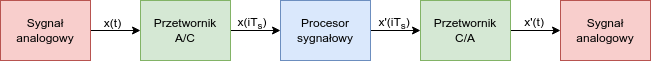
Earlier version of the draw.io export docs/polsl/thesis/graf/intro/processing.png (kopiecki/anc). Source tidied: cells renumbered, new cells last; positions are measured from the earlier drawing's top-left corner, leaving out a move shared by most shapes. The source it was exported from:
```xml
<mxGraphModel>
  <root>
    <mxCell id="0" />
    <mxCell id="1" parent="0" />
    <mxCell id="2" style="edgeStyle=orthogonalEdgeStyle;rounded=0;jettySize=auto;html=1;" parent="1" edge="1" source="3" target="5">
      <mxGeometry relative="1" as="geometry" />
    </mxCell>
    <mxCell id="3" value="Sygnał&lt;br&gt;analogowy" style="rounded=0;whiteSpace=wrap;html=1;fillColor=#f8cecc;strokeColor=#b85450;" parent="1" vertex="1">
      <mxGeometry width="90" height="60" as="geometry" />
    </mxCell>
    <mxCell id="4" style="edgeStyle=orthogonalEdgeStyle;rounded=0;jettySize=auto;html=1;" parent="1" edge="1" source="5" target="7">
      <mxGeometry relative="1" as="geometry" />
    </mxCell>
    <mxCell id="5" value="Przetwornik&lt;br&gt;A/C" style="rounded=0;whiteSpace=wrap;html=1;fillColor=#d5e8d4;strokeColor=#82b366;" parent="1" vertex="1">
      <mxGeometry x="140" width="90" height="60" as="geometry" />
    </mxCell>
    <mxCell id="6" style="edgeStyle=orthogonalEdgeStyle;rounded=0;jettySize=auto;html=1;" parent="1" edge="1" source="7" target="9">
      <mxGeometry relative="1" as="geometry" />
    </mxCell>
    <mxCell id="7" value="Procesor&lt;br&gt;sygnałowy" style="rounded=0;whiteSpace=wrap;html=1;fillColor=#dae8fc;strokeColor=#6c8ebf;" parent="1" vertex="1">
      <mxGeometry x="280" width="90" height="60" as="geometry" />
    </mxCell>
    <mxCell id="8" style="edgeStyle=orthogonalEdgeStyle;rounded=0;jettySize=auto;html=1;" parent="1" edge="1" source="9" target="10">
      <mxGeometry relative="1" as="geometry" />
    </mxCell>
    <mxCell id="9" value="Przetwornik&lt;br&gt;C/A" style="rounded=0;whiteSpace=wrap;html=1;fillColor=#d5e8d4;strokeColor=#82b366;" parent="1" vertex="1">
      <mxGeometry x="420" width="90" height="60" as="geometry" />
    </mxCell>
    <mxCell id="10" value="Sygnał&lt;br&gt;analogowy" style="rounded=0;whiteSpace=wrap;html=1;fillColor=#f8cecc;strokeColor=#b85450;" parent="1" vertex="1">
      <mxGeometry x="560" width="90" height="60" as="geometry" />
    </mxCell>
    <mxCell id="11" value="x(t)" style="text;html=1;align=center;verticalAlign=middle;strokeColor=none;fillColor=none;" parent="1" vertex="1">
      <mxGeometry x="92" y="8" width="40" height="30" as="geometry" />
    </mxCell>
    <mxCell id="12" value="x(iT&lt;sub&gt;s&lt;/sub&gt;)&lt;sub&gt;&amp;nbsp;&lt;/sub&gt;" style="text;html=1;align=center;verticalAlign=middle;strokeColor=none;fillColor=none;" parent="1" vertex="1">
      <mxGeometry x="223" y="8" width="60" height="30" as="geometry" />
    </mxCell>
    <mxCell id="13" value="x'(iT&lt;sub&gt;s&lt;/sub&gt;)&lt;sub&gt;&amp;nbsp;&lt;/sub&gt;" style="text;html=1;align=center;verticalAlign=middle;strokeColor=none;fillColor=none;" parent="1" vertex="1">
      <mxGeometry x="365" y="8" width="60" height="30" as="geometry" />
    </mxCell>
    <mxCell id="14" value="x'(t)&lt;sub&gt;&amp;nbsp;&lt;/sub&gt;" style="text;html=1;align=center;verticalAlign=middle;strokeColor=none;fillColor=none;" parent="1" vertex="1">
      <mxGeometry x="510" y="8" width="50" height="30" as="geometry" />
    </mxCell>
  </root>
</mxGraphModel>
```
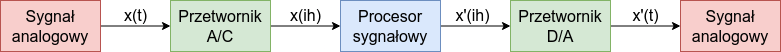
After the change.

Diff of the diagram source:
```diff
@@ -2,44 +2,44 @@
   <root>
     <mxCell id="0" />
     <mxCell id="1" parent="0" />
-    <mxCell id="2" style="edgeStyle=orthogonalEdgeStyle;rounded=0;jettySize=auto;html=1;" parent="1" edge="1" source="3" target="5">
-      <mxGeometry relative="1" as="geometry" />
-    </mxCell>
-    <mxCell id="3" value="Sygnał&lt;br&gt;analogowy" style="rounded=0;whiteSpace=wrap;html=1;fillColor=#f8cecc;strokeColor=#b85450;" parent="1" vertex="1">
-      <mxGeometry width="90" height="60" as="geometry" />
-    </mxCell>
+    <mxCell id="15" style="edgeStyle=orthogonalEdgeStyle;rounded=0;jettySize=auto;html=1;entryX=0;entryY=0.5;entryDx=0;entryDy=0;" parent="1" edge="1" source="16" target="5">
+      <mxGeometry relative="1" as="geometry" />
+    </mxCell>
+    <mxCell id="16" value="&lt;font style=&quot;font-size: 16px;&quot;&gt;Sygnał&lt;br&gt;analogowy&lt;/font&gt;" style="rounded=0;whiteSpace=wrap;html=1;fillColor=#f8cecc;strokeColor=#b85450;fontStyle=0;" parent="1" vertex="1">
+      <mxGeometry x="300" y="270" width="100" height="51" as="geometry" />
+    </mxCell>
     <mxCell id="4" style="edgeStyle=orthogonalEdgeStyle;rounded=0;jettySize=auto;html=1;" parent="1" edge="1" source="5" target="7">
       <mxGeometry relative="1" as="geometry" />
     </mxCell>
-    <mxCell id="5" value="Przetwornik&lt;br&gt;A/C" style="rounded=0;whiteSpace=wrap;html=1;fillColor=#d5e8d4;strokeColor=#82b366;" parent="1" vertex="1">
-      <mxGeometry x="140" width="90" height="60" as="geometry" />
+    <mxCell id="5" value="&lt;font style=&quot;font-size: 16px;&quot;&gt;Przetwornik&lt;br&gt;A/C&lt;/font&gt;" style="rounded=0;whiteSpace=wrap;html=1;fillColor=#d5e8d4;strokeColor=#82b366;fontStyle=0;" parent="1" vertex="1">
+      <mxGeometry x="470" y="270" width="100" height="51" as="geometry" />
     </mxCell>
-    <mxCell id="6" style="edgeStyle=orthogonalEdgeStyle;rounded=0;jettySize=auto;html=1;" parent="1" edge="1" source="7" target="9">
-      <mxGeometry relative="1" as="geometry" />
-    </mxCell>
+    <mxCell id="17" style="edgeStyle=orthogonalEdgeStyle;rounded=0;jettySize=auto;html=1;" parent="1" edge="1" source="7" target="19">
+      <mxGeometry relative="1" as="geometry" />
+    </mxCell>
-    <mxCell id="7" value="Procesor&lt;br&gt;sygnałowy" style="rounded=0;whiteSpace=wrap;html=1;fillColor=#dae8fc;strokeColor=#6c8ebf;" parent="1" vertex="1">
-      <mxGeometry x="280" width="90" height="60" as="geometry" />
+    <mxCell id="7" value="&lt;font style=&quot;font-size: 16px;&quot;&gt;Procesor&lt;br&gt;sygnałowy&lt;/font&gt;" style="rounded=0;whiteSpace=wrap;html=1;fillColor=#dae8fc;strokeColor=#6c8ebf;fontStyle=0;" parent="1" vertex="1">
+      <mxGeometry x="640" y="270" width="100" height="51" as="geometry" />
     </mxCell>
-    <mxCell id="8" style="edgeStyle=orthogonalEdgeStyle;rounded=0;jettySize=auto;html=1;" parent="1" edge="1" source="9" target="10">
-      <mxGeometry relative="1" as="geometry" />
-    </mxCell>
-    <mxCell id="9" value="Przetwornik&lt;br&gt;C/A" style="rounded=0;whiteSpace=wrap;html=1;fillColor=#d5e8d4;strokeColor=#82b366;" parent="1" vertex="1">
-      <mxGeometry x="420" width="90" height="60" as="geometry" />
-    </mxCell>
-    <mxCell id="10" value="Sygnał&lt;br&gt;analogowy" style="rounded=0;whiteSpace=wrap;html=1;fillColor=#f8cecc;strokeColor=#b85450;" parent="1" vertex="1">
-      <mxGeometry x="560" width="90" height="60" as="geometry" />
-    </mxCell>
+    <mxCell id="18" style="edgeStyle=orthogonalEdgeStyle;rounded=0;jettySize=auto;html=1;" parent="1" edge="1" source="19" target="20">
+      <mxGeometry relative="1" as="geometry" />
+    </mxCell>
+    <mxCell id="19" value="&lt;font style=&quot;font-size: 16px;&quot;&gt;Przetwornik&lt;br&gt;D/A&lt;br&gt;&lt;/font&gt;" style="rounded=0;whiteSpace=wrap;html=1;fillColor=#d5e8d4;strokeColor=#82b366;fontStyle=0;" parent="1" vertex="1">
+      <mxGeometry x="810" y="270" width="100" height="51" as="geometry" />
+    </mxCell>
+    <mxCell id="20" value="&lt;font style=&quot;font-size: 16px;&quot;&gt;Sygnał&lt;br&gt;analogowy&lt;br&gt;&lt;/font&gt;" style="rounded=0;whiteSpace=wrap;html=1;fillColor=#f8cecc;strokeColor=#b85450;fontStyle=0;" parent="1" vertex="1">
+      <mxGeometry x="980" y="270" width="100" height="51" as="geometry" />
+    </mxCell>
-    <mxCell id="11" value="x(t)" style="text;html=1;align=center;verticalAlign=middle;strokeColor=none;fillColor=none;" parent="1" vertex="1">
-      <mxGeometry x="92" y="8" width="40" height="30" as="geometry" />
+    <mxCell id="11" value="&lt;font style=&quot;font-size: 16px;&quot;&gt;x(t)&lt;/font&gt;" style="text;html=1;align=center;verticalAlign=middle;strokeColor=none;fillColor=none;" parent="1" vertex="1">
+      <mxGeometry x="410" y="270" width="50" height="30" as="geometry" />
     </mxCell>
-    <mxCell id="12" value="x(iT&lt;sub&gt;s&lt;/sub&gt;)&lt;sub&gt;&amp;nbsp;&lt;/sub&gt;" style="text;html=1;align=center;verticalAlign=middle;strokeColor=none;fillColor=none;" parent="1" vertex="1">
-      <mxGeometry x="223" y="8" width="60" height="30" as="geometry" />
-    </mxCell>
-    <mxCell id="13" value="x'(iT&lt;sub&gt;s&lt;/sub&gt;)&lt;sub&gt;&amp;nbsp;&lt;/sub&gt;" style="text;html=1;align=center;verticalAlign=middle;strokeColor=none;fillColor=none;" parent="1" vertex="1">
-      <mxGeometry x="365" y="8" width="60" height="30" as="geometry" />
-    </mxCell>
+    <mxCell id="21" value="&lt;font style=&quot;font-size: 16px;&quot;&gt;x(ih)&lt;/font&gt;" style="text;html=1;align=center;verticalAlign=middle;strokeColor=none;fillColor=none;" parent="1" vertex="1">
+      <mxGeometry x="580" y="270" width="50" height="30" as="geometry" />
+    </mxCell>
+    <mxCell id="22" value="&lt;font style=&quot;font-size: 16px;&quot;&gt;x'(ih)&lt;/font&gt;" style="text;html=1;align=center;verticalAlign=middle;strokeColor=none;fillColor=none;" parent="1" vertex="1">
+      <mxGeometry x="742" y="270" width="60" height="30" as="geometry" />
+    </mxCell>
-    <mxCell id="14" value="x'(t)&lt;sub&gt;&amp;nbsp;&lt;/sub&gt;" style="text;html=1;align=center;verticalAlign=middle;strokeColor=none;fillColor=none;" parent="1" vertex="1">
-      <mxGeometry x="510" y="8" width="50" height="30" as="geometry" />
+    <mxCell id="14" value="&lt;font style=&quot;font-size: 16px;&quot;&gt;x'(t)&lt;/font&gt;" style="text;html=1;align=center;verticalAlign=middle;strokeColor=none;fillColor=none;" parent="1" vertex="1">
+      <mxGeometry x="920" y="270" width="50" height="30" as="geometry" />
     </mxCell>
   </root>
 </mxGraphModel>
```
